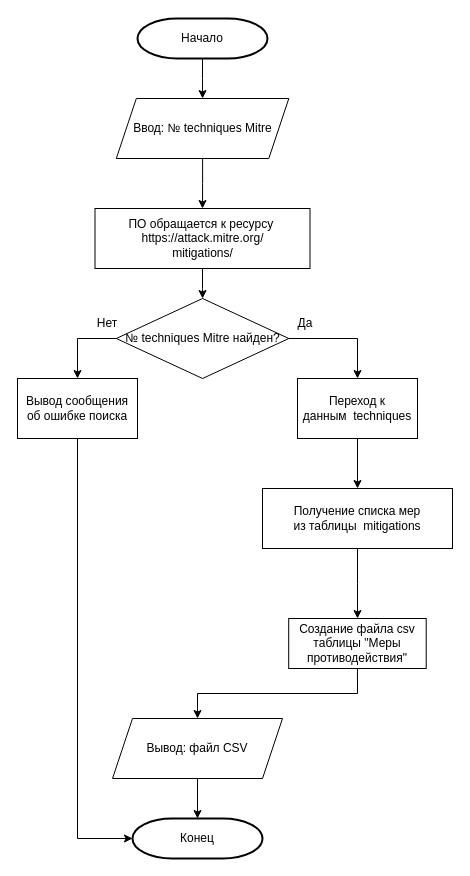
The draw.io diagram Algorithm_OPZ/(2. ЧП) 2. Алгоритм Генерация мер противодействия.drawio in SmirnovBogdan8/Diplom, before the edit. Source tidied: cells renumbered, new cells numbered last; positions are measured from the earlier drawing's top-left corner, leaving out a move shared by most shapes. Both pictures are drawn from the tidied source at 100%, with x=0, y=0 at pixel (17, 18).
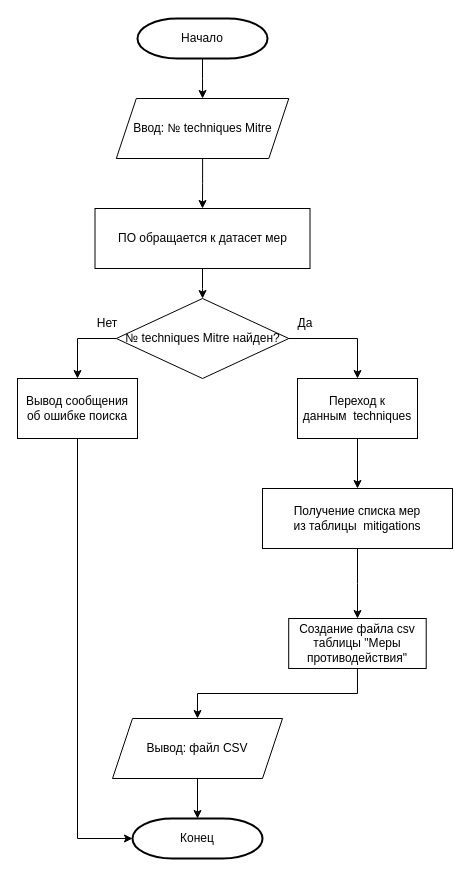
After the change.

Diff of the diagram source:
```diff
@@
-    <mxCell id="8" value="ПО обращается к ресурсу&amp;nbsp;&lt;div&gt;&lt;div&gt;https://attack.mitre.org/&lt;/div&gt;&lt;div&gt;mitigations/&lt;/div&gt;&lt;/div&gt;" style="rounded=0;whiteSpace=wrap;html=1;" parent="1" vertex="1">
+    <mxCell id="8" value="ПО обращается к датасет мер" style="rounded=0;whiteSpace=wrap;html=1;" parent="1" vertex="1">
       <mxGeometry x="77.5" y="190" width="215" height="60" as="geometry" />
     </mxCell>
```
